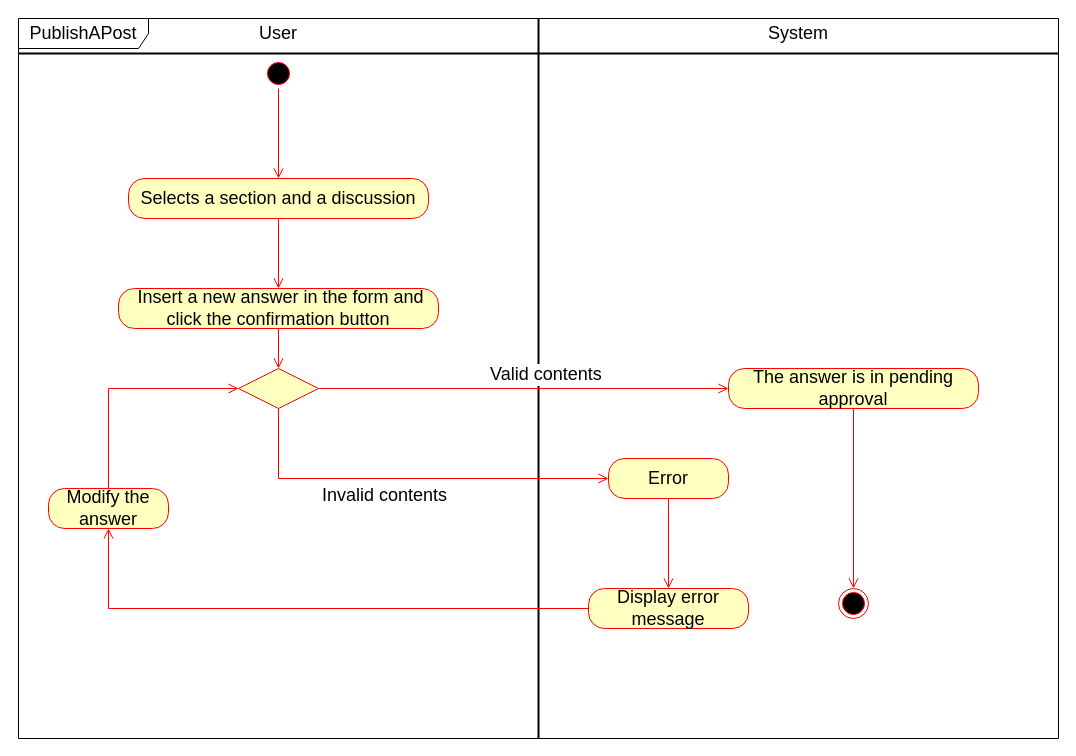
This is page "PublishAPost" (3 of 4) of Use cases diagram/User.drawio from matteovisotto/SE2-CecchettoSirianiVisotto, a draw.io file, before an edit. Source tidied: cells renumbered, new cells numbered last; positions are measured from the earlier drawing's top-left corner, leaving out a move shared by most shapes. Both pictures are drawn from the tidied source at 100%, with x=0, y=0 at pixel (18, 18).
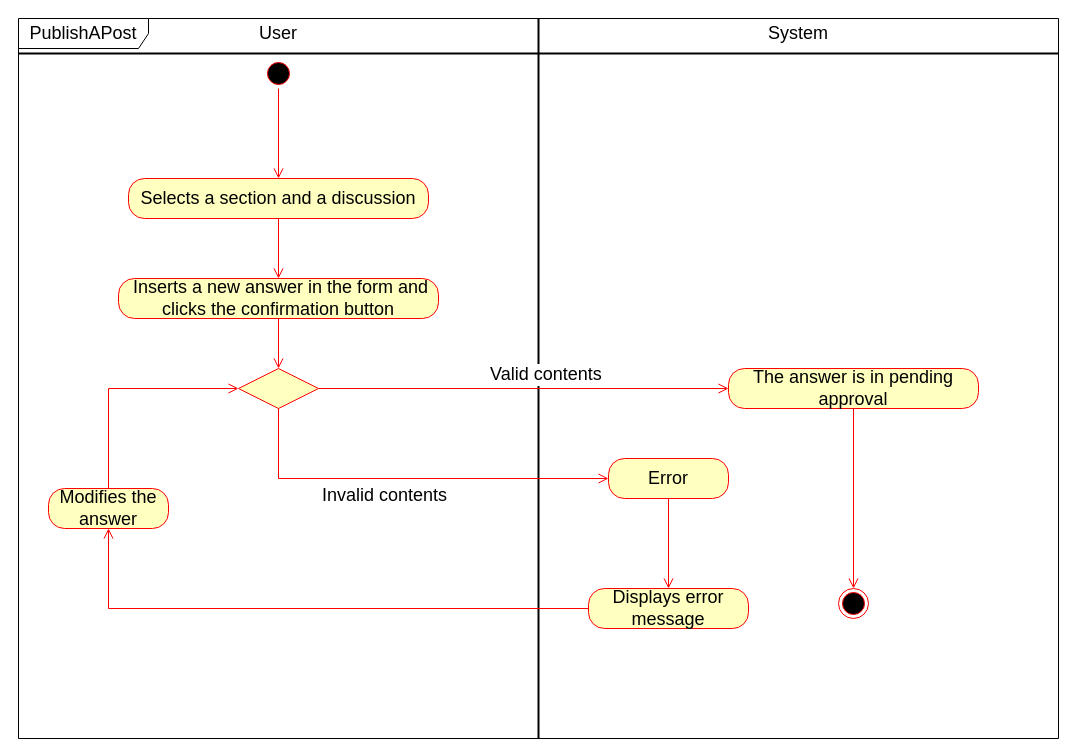
The same diagram, later.

What changed in the source:
```diff
@@
-    <mxCell id="6" value="&lt;font style=&quot;font-size: 18px&quot;&gt;&amp;nbsp;Insert a new answer in the form and click the confirmation button&lt;/font&gt;" style="rounded=1;whiteSpace=wrap;html=1;arcSize=40;fontColor=#000000;fillColor=#ffffc0;strokeColor=#ff0000;" parent="1" vertex="1">
-      <mxGeometry x="100" y="270" width="320" height="40" as="geometry" />
+    <mxCell id="6" value="&lt;font style=&quot;font-size: 18px&quot;&gt;&amp;nbsp;Inserts a new answer in the form and clicks the confirmation button&lt;/font&gt;" style="rounded=1;whiteSpace=wrap;html=1;arcSize=40;fontColor=#000000;fillColor=#ffffc0;strokeColor=#ff0000;" parent="1" vertex="1">
+      <mxGeometry x="100" y="260" width="320" height="40" as="geometry" />
     </mxCell>
@@
-    <mxCell id="17" value="&lt;font style=&quot;font-size: 18px&quot;&gt;Display error message&lt;/font&gt;" style="rounded=1;whiteSpace=wrap;html=1;arcSize=40;fontColor=#000000;fillColor=#ffffc0;strokeColor=#ff0000;" parent="1" vertex="1">
+    <mxCell id="17" value="&lt;font style=&quot;font-size: 18px&quot;&gt;Displays error message&lt;/font&gt;" style="rounded=1;whiteSpace=wrap;html=1;arcSize=40;fontColor=#000000;fillColor=#ffffc0;strokeColor=#ff0000;" parent="1" vertex="1">
       <mxGeometry x="570" y="570" width="160" height="40" as="geometry" />
     </mxCell>
@@
-    <mxCell id="23" value="&lt;font style=&quot;font-size: 18px&quot;&gt;Modify the answer&lt;/font&gt;" style="rounded=1;whiteSpace=wrap;html=1;arcSize=40;fontColor=#000000;fillColor=#ffffc0;strokeColor=#ff0000;" parent="1" vertex="1">
+    <mxCell id="23" value="&lt;font style=&quot;font-size: 18px&quot;&gt;Modifies the answer&lt;/font&gt;" style="rounded=1;whiteSpace=wrap;html=1;arcSize=40;fontColor=#000000;fillColor=#ffffc0;strokeColor=#ff0000;" parent="1" vertex="1">
       <mxGeometry x="30" y="470" width="120" height="40" as="geometry" />
     </mxCell>
```
